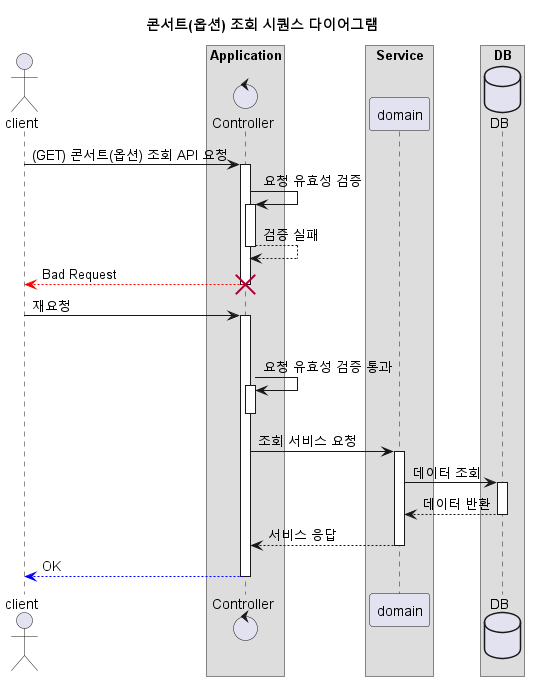
Earlier version of the PlantUML export docs/sequencediagram/concert/concert_search_sequence_diagram.png (johnowlee/concert-booking).
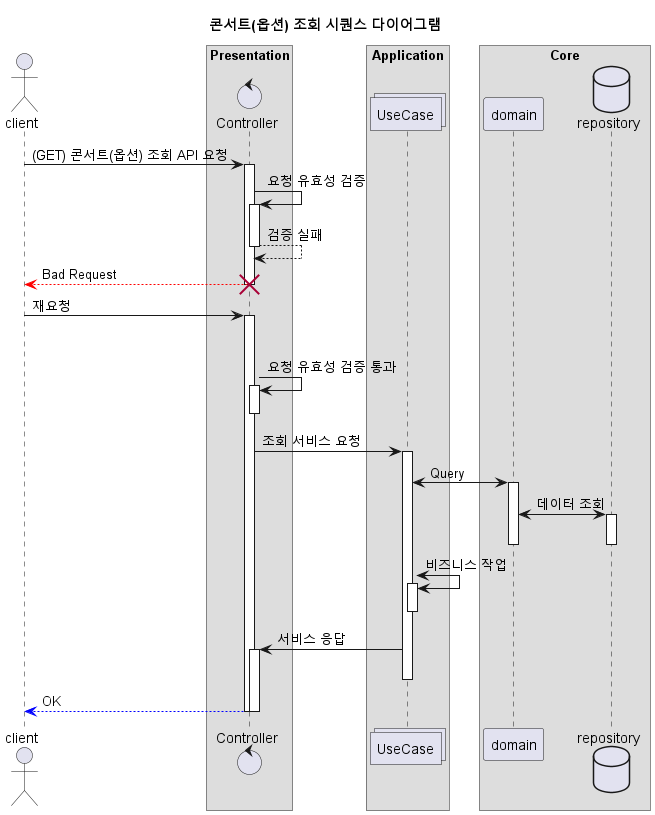
The same file after the commit.

Diff of the diagram source:
```diff
@@ -6,37 +6,45 @@
 
 actor client as client
 
-box "Application"
-control Controller as controller
+box "Presentation"
+control Controller as presentation
 end box
 
-box "Service"
-participant domain as domain
+box "Application"
+collections UseCase as application
 end box
 
-box "DB"
-database DB as db
+box "Core"
+participant domain as domain
+database repository as db
 end box
 
-client -> controller : (GET) 콘서트(옵션) 조회 API 요청
+client -> presentation : (GET) 콘서트(옵션) 조회 API 요청
 
-controller -> controller : 요청 유효성 검증
-controller --> controller : 검증 실패
+presentation -> presentation : 요청 유효성 검증
+presentation --> presentation : 검증 실패
 
-controller --[#red]> client : Bad Request
-destroy controller
-deactivate controller
+presentation --[#red]> client : Bad Request
+destroy presentation
+deactivate presentation
 
-client -> controller : 재요청
+client -> presentation : 재요청
 deactivate client
 
-controller -> controller : 요청 유효성 검증 통과
-deactivate controller
+presentation -> presentation : 요청 유효성 검증 통과
+deactivate presentation
 
-controller -> domain : 조회 서비스 요청
-domain -> db : 데이터 조회
-db --> domain : 데이터 반환
-domain --> controller : 서비스 응답
-controller --[#blue]> client : OK
+presentation -> application : 조회 서비스 요청
+application <-> domain : Query
+domain <-> db : 데이터 조회
+deactivate db
+deactivate domain
+
+application <-> application : 비즈니스 작업
+deactivate application
+
+application -> presentation : 서비스 응답
+deactivate application
+presentation --[#blue]> client : OK
 
 @enduml
```
